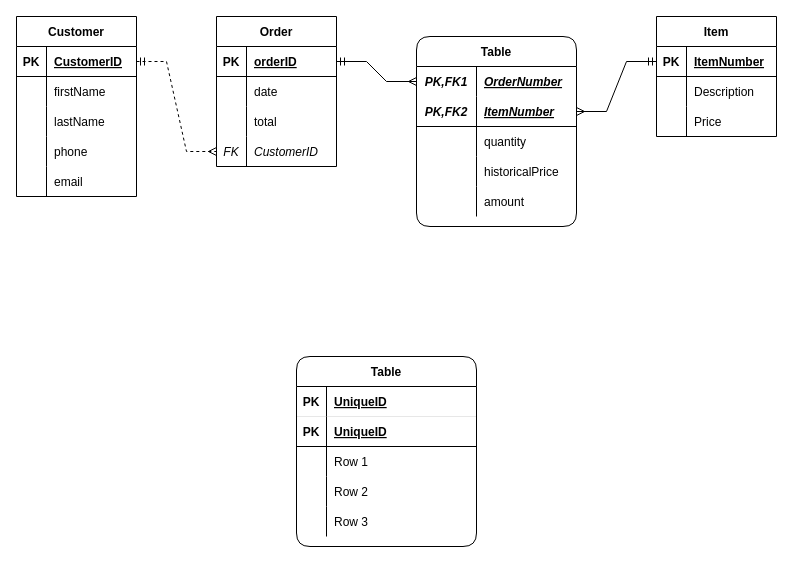
sammiroy/SQLStudies keeps this draw.io diagram as ERDs/TestChart.drawio. Above is the earlier version. Source tidied: cells renumbered, new cells numbered last; positions are measured from the earlier drawing's top-left corner, leaving out a move shared by most shapes. Both pictures are drawn from the tidied source at 100%, with x=0, y=0 at pixel (16, 16).
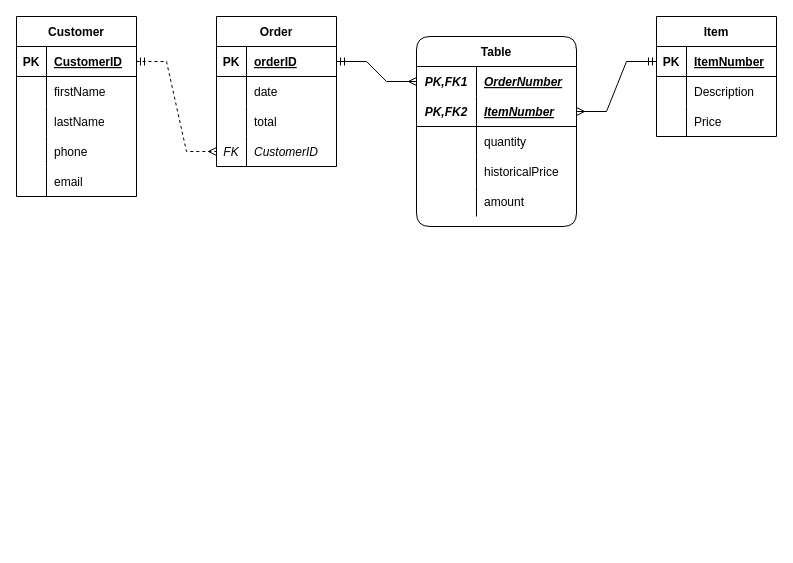
The same page after the edit.

What changed in the source:
```diff
@@
-    <mxCell id="60" value="Table" style="shape=table;startSize=30;childLayout=tableLayout;rowLines=0;fontStyle=1;align=center;rounded=1;" parent="1" vertex="1">
-      <mxGeometry x="280" y="340" width="180" height="190" as="geometry" />
-    </mxCell>
-    <mxCell id="61" style="shape=tableRow;horizontal=0;startSize=0;swimlaneHead=0;swimlaneBody=0;fillColor=none;top=0;left=0;right=0;bottom=1;rounded=1;strokeColor=default;strokeWidth=0;" parent="60" vertex="1">
-      <mxGeometry y="30" width="180" height="30" as="geometry" />
-    </mxCell>
-    <mxCell id="62" value="PK" style="shape=partialRectangle;fillColor=none;top=0;left=0;bottom=0;right=0;fontStyle=1;overflow=hidden;rounded=1;strokeColor=default;strokeWidth=0;" parent="61" vertex="1">
-      <mxGeometry width="30" height="30" as="geometry" />
-    </mxCell>
-    <mxCell id="63" value="UniqueID" style="shape=partialRectangle;fillColor=none;top=0;left=0;bottom=0;right=0;align=left;spacingLeft=6;fontStyle=5;overflow=hidden;rounded=1;strokeColor=default;strokeWidth=0;" parent="61" vertex="1">
-      <mxGeometry x="30" width="150" height="30" as="geometry" />
-    </mxCell>
-    <mxCell id="64" style="shape=tableRow;horizontal=0;startSize=0;swimlaneHead=0;swimlaneBody=0;fillColor=none;top=0;left=0;right=0;bottom=1;rounded=1;" parent="60" vertex="1">
-      <mxGeometry y="60" width="180" height="30" as="geometry" />
-    </mxCell>
-    <mxCell id="65" value="PK" style="shape=partialRectangle;fillColor=none;top=0;left=0;bottom=0;right=0;fontStyle=1;overflow=hidden;rounded=1;" parent="64" vertex="1">
-      <mxGeometry width="30" height="30" as="geometry" />
-    </mxCell>
-    <mxCell id="66" value="UniqueID" style="shape=partialRectangle;fillColor=none;top=0;left=0;bottom=0;right=0;align=left;spacingLeft=6;fontStyle=5;overflow=hidden;rounded=1;" parent="64" vertex="1">
-      <mxGeometry x="30" width="150" height="30" as="geometry" />
-    </mxCell>
-    <mxCell id="67" style="shape=tableRow;horizontal=0;startSize=0;swimlaneHead=0;swimlaneBody=0;fillColor=none;top=0;left=0;right=0;bottom=0;rounded=1;" parent="60" vertex="1">
-      <mxGeometry y="90" width="180" height="30" as="geometry" />
-    </mxCell>
-    <mxCell id="68" style="shape=partialRectangle;fillColor=none;top=0;left=0;bottom=0;right=0;overflow=hidden;rounded=1;" parent="67" vertex="1">
-      <mxGeometry width="30" height="30" as="geometry" />
-    </mxCell>
-    <mxCell id="69" value="Row 1" style="shape=partialRectangle;fillColor=none;top=0;left=0;bottom=0;right=0;align=left;spacingLeft=6;overflow=hidden;rounded=1;" parent="67" vertex="1">
-      <mxGeometry x="30" width="150" height="30" as="geometry" />
-    </mxCell>
-    <mxCell id="70" style="shape=tableRow;horizontal=0;startSize=0;swimlaneHead=0;swimlaneBody=0;fillColor=none;top=0;left=0;right=0;bottom=0;rounded=1;" parent="60" vertex="1">
-      <mxGeometry y="120" width="180" height="30" as="geometry" />
-    </mxCell>
-    <mxCell id="71" style="shape=partialRectangle;fillColor=none;top=0;left=0;bottom=0;right=0;overflow=hidden;rounded=1;" parent="70" vertex="1">
-      <mxGeometry width="30" height="30" as="geometry" />
-    </mxCell>
-    <mxCell id="72" value="Row 2" style="shape=partialRectangle;fillColor=none;top=0;left=0;bottom=0;right=0;align=left;spacingLeft=6;overflow=hidden;rounded=1;" parent="70" vertex="1">
-      <mxGeometry x="30" width="150" height="30" as="geometry" />
-    </mxCell>
-    <mxCell id="73" style="shape=tableRow;horizontal=0;startSize=0;swimlaneHead=0;swimlaneBody=0;fillColor=none;top=0;left=0;right=0;bottom=0;rounded=1;" parent="60" vertex="1">
-      <mxGeometry y="150" width="180" height="30" as="geometry" />
-    </mxCell>
-    <mxCell id="74" style="shape=partialRectangle;fillColor=none;top=0;left=0;bottom=0;right=0;overflow=hidden;rounded=1;" parent="73" vertex="1">
-      <mxGeometry width="30" height="30" as="geometry" />
-    </mxCell>
-    <mxCell id="75" value="Row 3" style="shape=partialRectangle;fillColor=none;top=0;left=0;bottom=0;right=0;align=left;spacingLeft=6;overflow=hidden;rounded=1;" parent="73" vertex="1">
-      <mxGeometry x="30" width="150" height="30" as="geometry" />
-    </mxCell>
```
